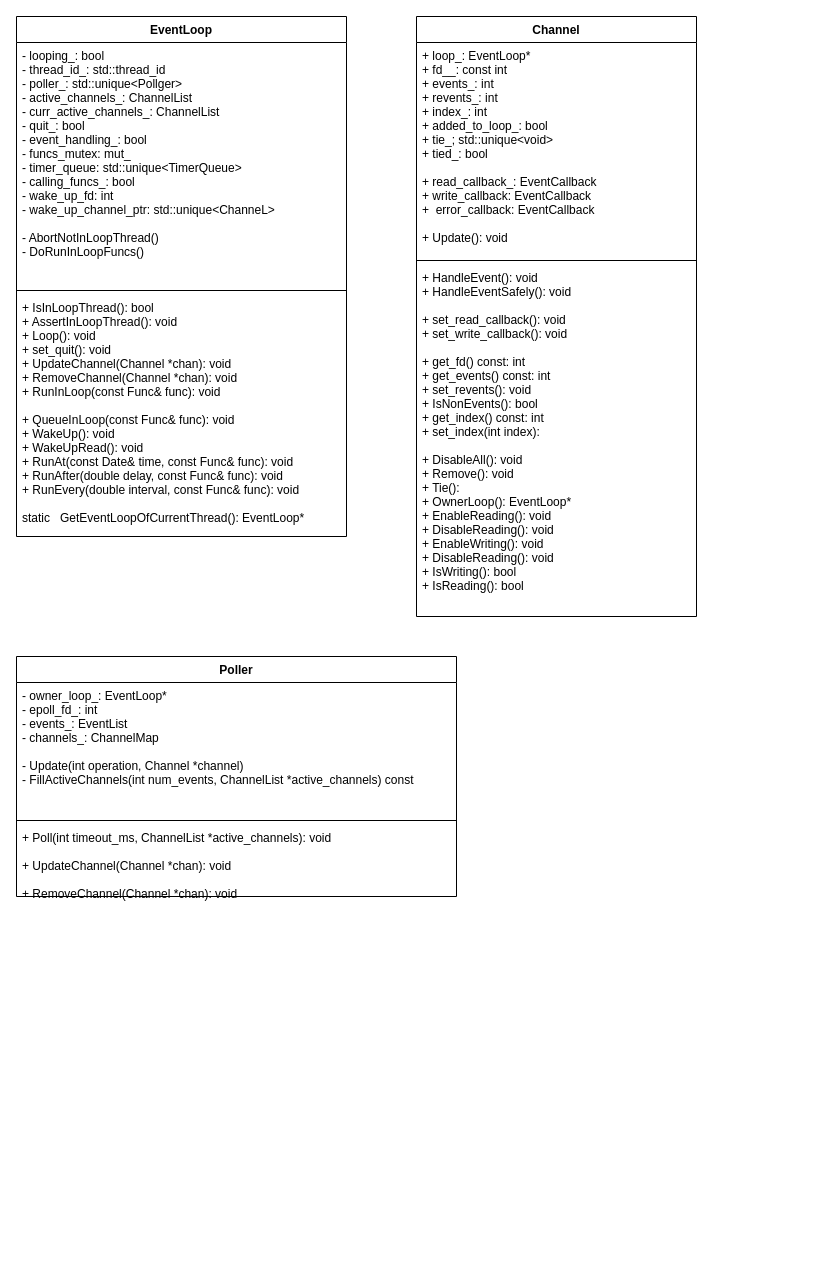
Earlier version of the draw.io diagram img/Reactor.drawio (zll600/water). Source tidied: cells renumbered, new cells numbered last; positions are measured from the earlier drawing's top-left corner, leaving out a move shared by most shapes. Both pictures are drawn from the tidied source at 100%, with x=0, y=0 at pixel (16, 16).
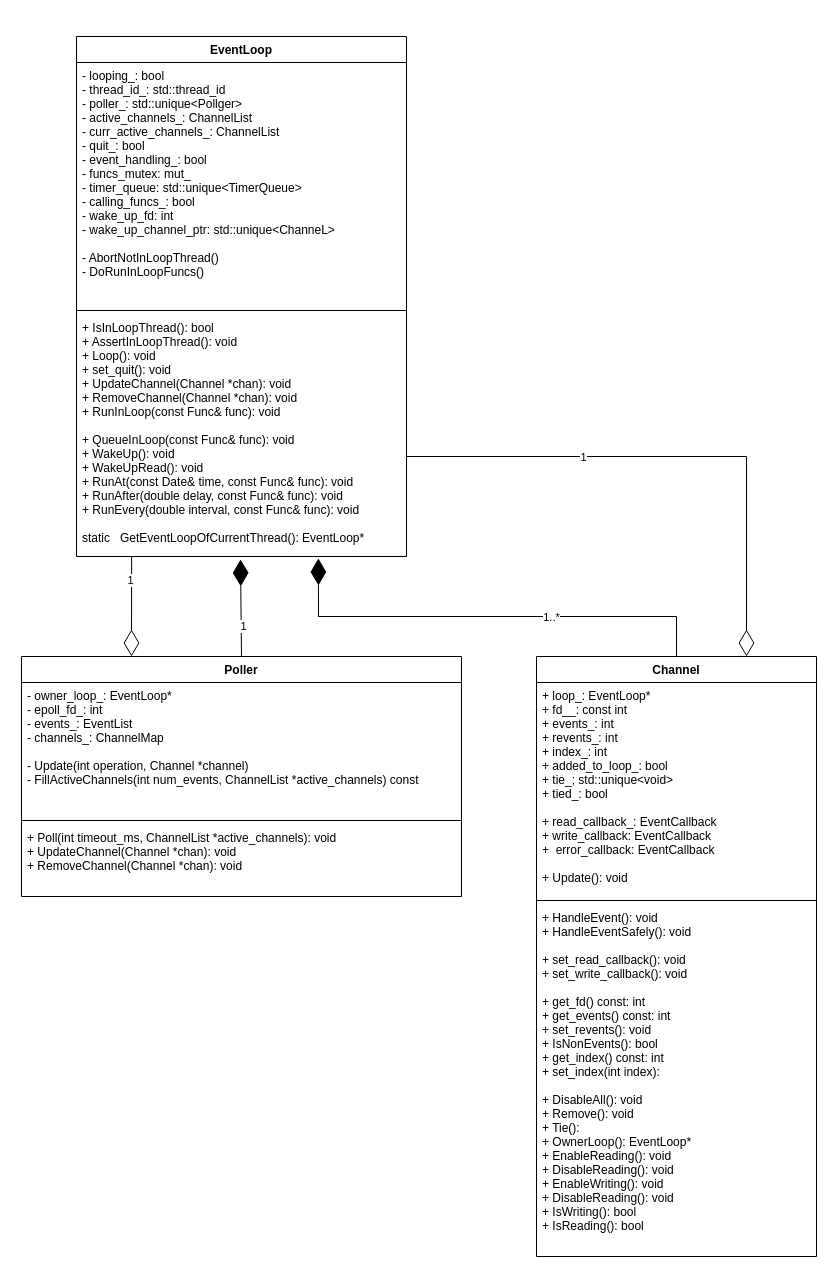
The same page after the edit.

The change refers to these unchanged cells:
```xml
<mxCell id="5" value="+ IsInLoopThread(): bool&#10;+ AssertInLoopThread(): void&#10;+ Loop(): void&#10;+ set_quit(): void&#10;+ UpdateChannel(Channel *chan): void&#10;+ RemoveChannel(Channel *chan): void&#10;+ RunInLoop(const Func&amp; func): void&#10;&#10;+ QueueInLoop(const Func&amp; func): void&#10;+ WakeUp(): void&#10;+ WakeUpRead(): void&#10;+ RunAt(const Date&amp; time, const Func&amp; func): void&#10;+ RunAfter(double delay, const Func&amp; func): void&#10;+ RunEvery(double interval, const Func&amp; func): void&#10;&#10;static   GetEventLoopOfCurrentThread(): EventLoop*&#10;" style="text;strokeColor=none;fillColor=none;align=left;verticalAlign=top;spacingLeft=4;spacingRight=4;overflow=hidden;points=[[0,0.5],[1,0.5]];portConstraint=eastwest;" parent="2" vertex="1">
  <mxGeometry y="278" width="330" height="242" as="geometry" />
</mxCell>
```

Diff of the diagram source:
```diff
@@
     <mxCell id="2" value="EventLoop" style="swimlane;fontStyle=1;align=center;verticalAlign=top;horizontal=1;startSize=26;" parent="1" vertex="1">
-      <mxGeometry width="330" height="520" as="geometry" />
+      <mxGeometry x="60" y="20" width="330" height="520" as="geometry" />
     </mxCell>
@@
     <mxCell id="6" value="Channel" style="swimlane;fontStyle=1;align=center;verticalAlign=top;horizontal=1;startSize=26;" parent="1" vertex="1">
-      <mxGeometry x="400" width="280" height="600" as="geometry" />
+      <mxGeometry x="520" y="640" width="280" height="600" as="geometry" />
     </mxCell>
@@
     <mxCell id="10" value="Poller" style="swimlane;fontStyle=1;align=center;verticalAlign=top;horizontal=1;startSize=26;" parent="1" vertex="1">
-      <mxGeometry y="640" width="440" height="240" as="geometry" />
+      <mxGeometry x="5" y="640" width="440" height="240" as="geometry" />
     </mxCell>
@@
-    <mxCell id="13" value="+ Poll(int timeout_ms, ChannelList *active_channels): void&#10;&#10;+ UpdateChannel(Channel *chan): void&#10;&#10;+ RemoveChannel(Channel *chan): void&#10;" style="text;strokeColor=none;fillColor=none;align=left;verticalAlign=top;spacingLeft=4;spacingRight=4;overflow=hidden;" parent="10" vertex="1">
+    <mxCell id="13" value="+ Poll(int timeout_ms, ChannelList *active_channels): void&#10;+ UpdateChannel(Channel *chan): void&#10;+ RemoveChannel(Channel *chan): void&#10;" style="text;strokeColor=none;fillColor=none;align=left;verticalAlign=top;spacingLeft=4;spacingRight=4;overflow=hidden;" parent="10" vertex="1">
       <mxGeometry y="168" width="440" height="72" as="geometry" />
     </mxCell>
+    <mxCell id="14" style="endArrow=diamondThin;endFill=1;endSize=24;html=1;rounded=0;exitX=0.5;exitY=0;exitDx=0;exitDy=0;entryX=0.733;entryY=1.008;entryDx=0;entryDy=0;entryPerimeter=0;" parent="1" edge="1" source="6" target="5">
+      <mxGeometry relative="1" as="geometry">
+        <Array as="points">
+          <mxPoint x="660" y="600" />
+          <mxPoint x="302" y="600" />
+        </Array>
+      </mxGeometry>
+    </mxCell>
+    <mxCell id="15" value="1..*" style="edgeLabel;html=1;align=center;verticalAlign=middle;" parent="14" vertex="1">
+      <mxGeometry x="-0.27" relative="1" as="geometry" />
+    </mxCell>
+    <mxCell id="16" style="endArrow=diamondThin;endFill=1;endSize=24;html=1;rounded=0;exitX=0.5;exitY=0;exitDx=0;exitDy=0;entryX=0.497;entryY=1.012;entryDx=0;entryDy=0;entryPerimeter=0;" parent="1" edge="1" source="10" target="5">
+      <mxGeometry relative="1" as="geometry" />
+    </mxCell>
+    <mxCell id="17" value="1" style="edgeLabel;html=1;align=center;verticalAlign=middle;" parent="16" vertex="1">
+      <mxGeometry x="-0.38" y="-2" relative="1" as="geometry" />
+    </mxCell>
+    <mxCell id="18" style="endArrow=diamondThin;endFill=0;endSize=24;html=1;rounded=0;entryX=0.75;entryY=0;entryDx=0;entryDy=0;" parent="1" edge="1" target="6">
+      <mxGeometry relative="1" as="geometry">
+        <mxPoint x="390" y="440" as="sourcePoint" />
+        <Array as="points">
+          <mxPoint x="730" y="440" />
+        </Array>
+      </mxGeometry>
+    </mxCell>
+    <mxCell id="19" value="1" style="edgeLabel;html=1;align=center;verticalAlign=middle;" parent="18" vertex="1">
+      <mxGeometry x="-0.35" relative="1" as="geometry" />
+    </mxCell>
+    <mxCell id="20" style="endArrow=diamondThin;endFill=0;endSize=24;html=1;rounded=0;entryX=0.25;entryY=0;entryDx=0;entryDy=0;exitX=0.167;exitY=1;exitDx=0;exitDy=0;exitPerimeter=0;" parent="1" edge="1" source="5" target="10">
+      <mxGeometry relative="1" as="geometry" />
+    </mxCell>
+    <mxCell id="21" value="&lt;div&gt;1&lt;/div&gt;" style="edgeLabel;html=1;align=center;verticalAlign=middle;" parent="20" vertex="1">
+      <mxGeometry x="-0.52" y="-2" relative="1" as="geometry" />
+    </mxCell>
```
